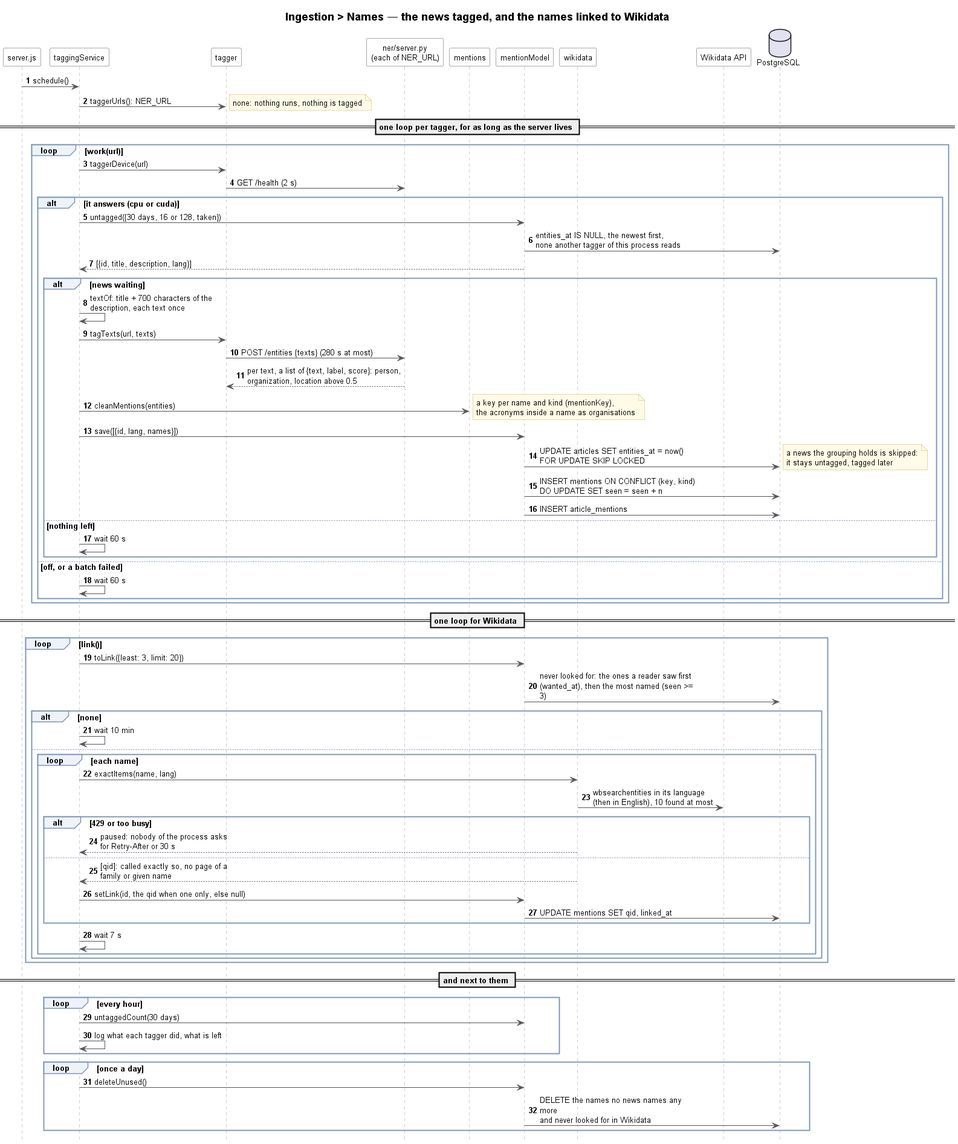
Earlier version of the PlantUML export docs/ingestion/names/ingestion-names-sequence.png (TPI2026-NewsGenerator/NewsGenerator-Backend).
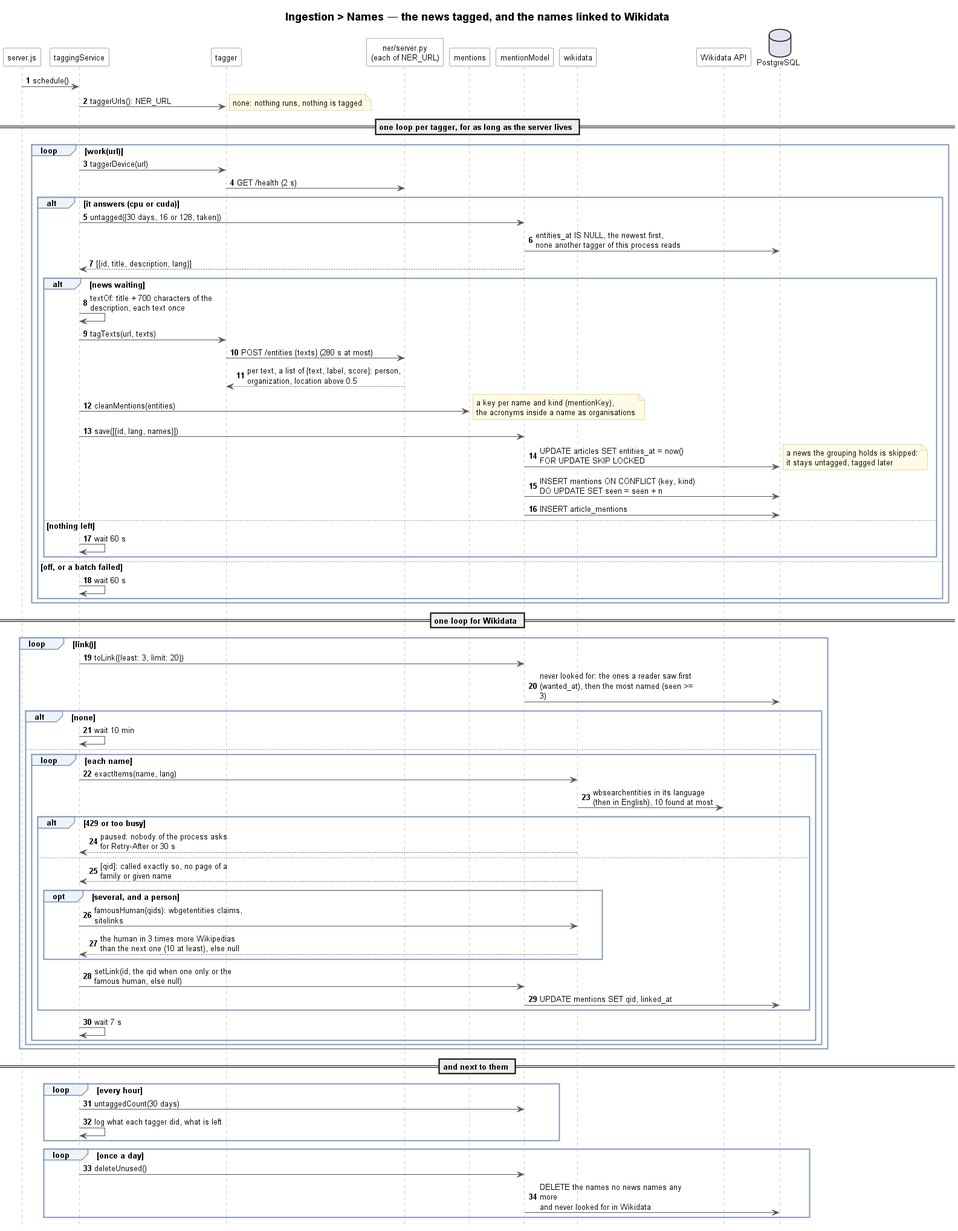
The same diagram one commit later.

Commit message:
A famous person among their namesakes, a family name alone as its person

What changed in the source:
```diff
@@ -58,7 +58,11 @@
                 Wiki --> Tagging : paused: nobody of the process asks\nfor Retry-After or 30 s
             else
                 Wiki --> Tagging : [qid]: called exactly so, no page of a\nfamily or given name
-                Tagging -> Model : setLink(id, the qid when one only, else null)
+                opt several, and a person
+                    Tagging -> Wiki : famousHuman(qids): wbgetentities claims, sitelinks
+                    Wiki --> Tagging : the human in 3 times more Wikipedias\nthan the next one (10 at least), else null
+                end
+                Tagging -> Model : setLink(id, the qid when one only or the\nfamous human, else null)
                 Model -> DB : UPDATE mentions SET qid, linked_at
             end
             Tagging -> Tagging : wait 7 s
```
